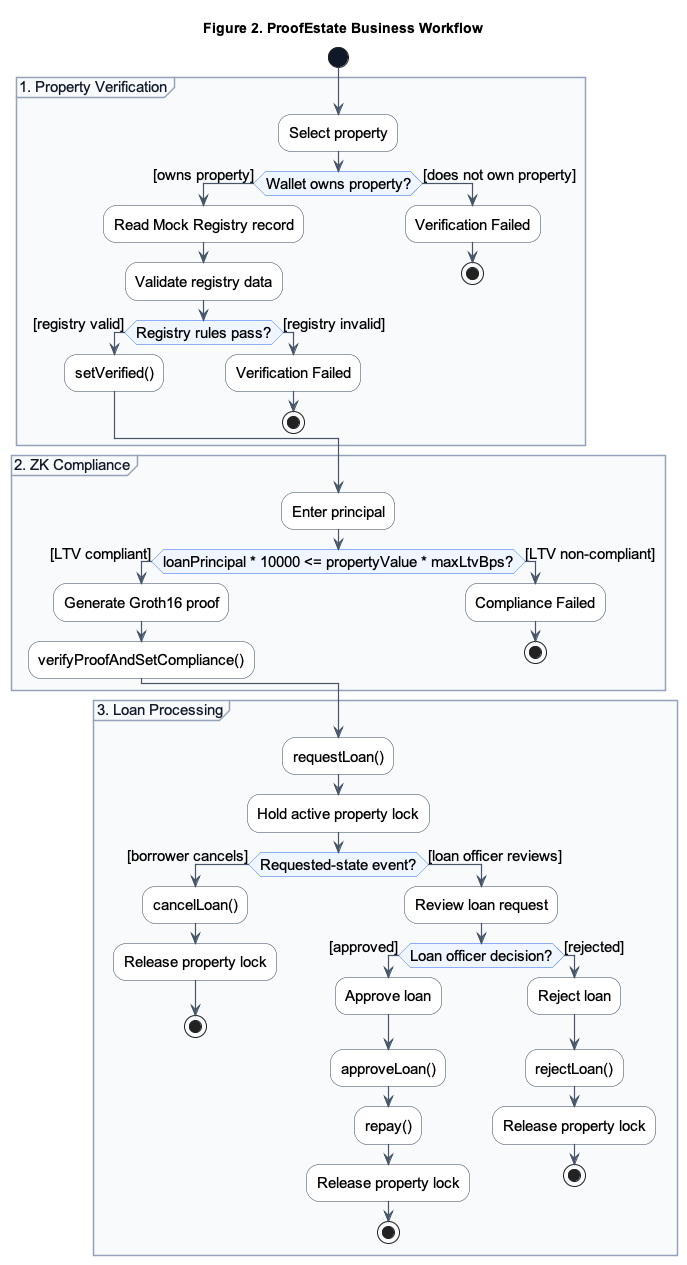
Alan42x/proofestate keeps this PlantUML diagram as docs/figures/02-business-workflow.png. Above is the earlier version. Source of this version:
```plantuml
@startuml
title Figure 2. ProofEstate Business Workflow

skinparam backgroundColor #FFFFFF
skinparam defaultFontName Arial
skinparam defaultFontSize 15
skinparam shadowing false
skinparam ArrowColor #475569
skinparam ArrowThickness 1.2
skinparam ActivityBorderColor #334155
skinparam ActivityBackgroundColor #FFFFFF
skinparam ActivityDiamondBorderColor #2563eb
skinparam ActivityDiamondBackgroundColor #eff6ff
skinparam ActivityStartColor #111827
skinparam ActivityEndColor #111827
skinparam PartitionBorderColor #94a3b8
skinparam PartitionBackgroundColor #f8fafc
skinparam PartitionFontColor #111827

start

partition "1. Property Verification" {
  :Select property;
  if (Wallet owns property?) then ([owns property])
    :Read Mock Registry record;
    :Validate registry data;
    if (Registry rules pass?) then ([registry valid])
      :setVerified();
    else ([registry invalid])
      :Verification Failed;
      stop
    endif
  else ([does not own property])
    :Verification Failed;
    stop
  endif
}

partition "2. ZK Compliance" {
  :Enter principal;
  if (loanPrincipal * 10000 <= propertyValue * maxLtvBps?) then ([LTV compliant])
    :Generate Groth16 proof;
    :verifyProofAndSetCompliance();
  else ([LTV non-compliant])
    :Compliance Failed;
    stop
  endif
}

partition "3. Loan Processing" {
  :requestLoan();
  :Hold active property lock;
  if (Requested-state event?) then ([borrower cancels])
    :cancelLoan();
    :Release property lock;
    stop
  else ([loan officer reviews])
    :Review loan request;
    if (Loan officer decision?) then ([approved])
      :Approve loan;
      :approveLoan();
      :repay();
      :Release property lock;
      stop
    else ([rejected])
      :Reject loan;
      :rejectLoan();
      :Release property lock;
      stop
    endif
  endif
}

@enduml
```
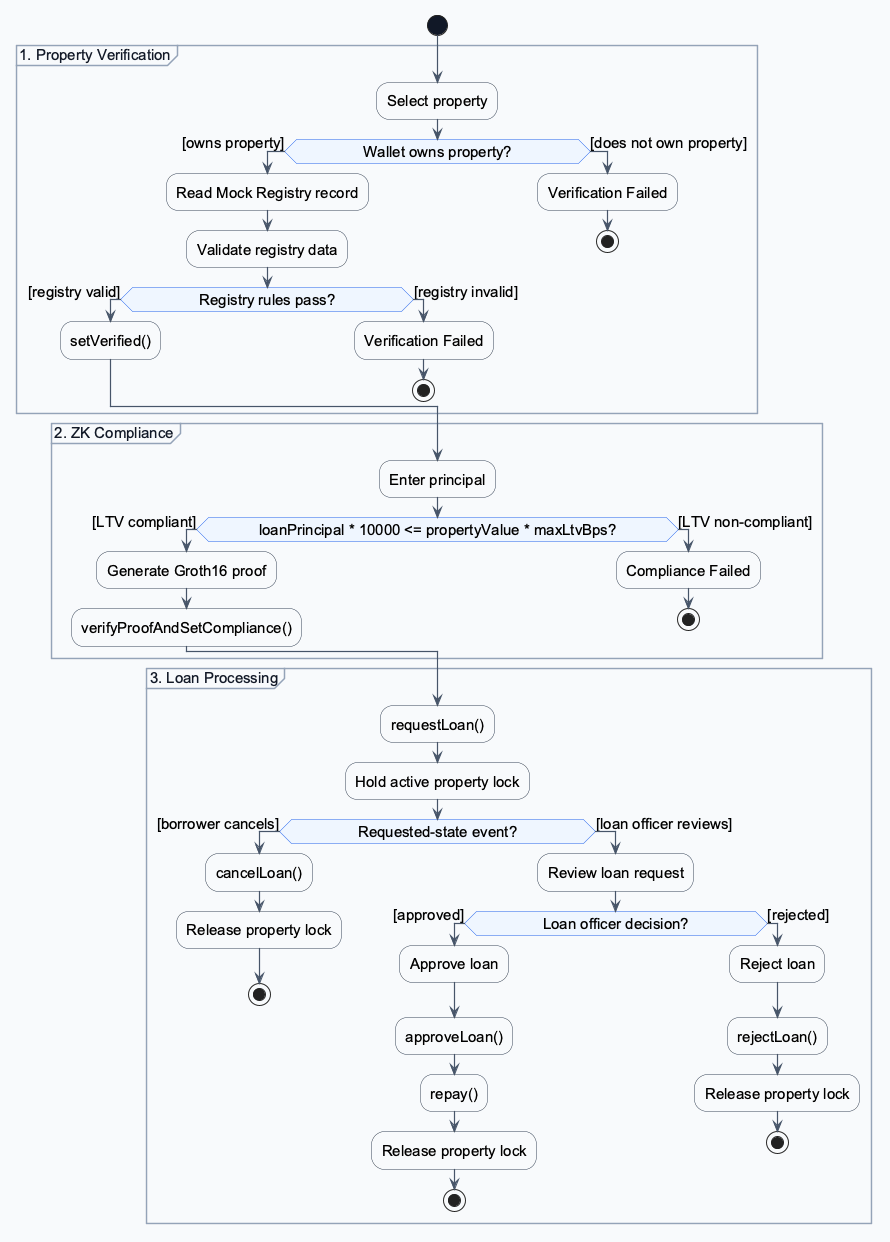
The same diagram one commit later.

The edit, as a diff of the source:
```diff
@@ -1,5 +1,7 @@
 @startuml
-title Figure 2. ProofEstate Business Workflow
+
+skinparam nodesep 45
+skinparam ranksep 55
 
 skinparam backgroundColor #FFFFFF
 skinparam defaultFontName Arial
@@ -20,53 +22,82 @@
 start
 
 partition "1. Property Verification" {
+
   :Select property;
-  if (Wallet owns property?) then ([owns property])
+
+  if (<color:#eff6ff>................</color>Wallet owns property?<color:#eff6ff>................</color>) then ([owns property])
+
     :Read Mock Registry record;
     :Validate registry data;
-    if (Registry rules pass?) then ([registry valid])
+
+    if (<color:#eff6ff>................</color>Registry rules pass?<color:#eff6ff>................</color>) then ([registry valid])
+
       :setVerified();
+
     else ([registry invalid])
+
       :Verification Failed;
       stop
+
     endif
+
   else ([does not own property])
+
     :Verification Failed;
     stop
+
   endif
 }
 
+
 partition "2. ZK Compliance" {
+
   :Enter principal;
-  if (loanPrincipal * 10000 <= propertyValue * maxLtvBps?) then ([LTV compliant])
+
+  if (<color:#eff6ff>............</color>loanPrincipal * 10000 <= propertyValue * maxLtvBps?<color:#eff6ff>............</color>) then ([LTV compliant])
+
     :Generate Groth16 proof;
     :verifyProofAndSetCompliance();
+
   else ([LTV non-compliant])
+
     :Compliance Failed;
     stop
+
   endif
 }
 
+
 partition "3. Loan Processing" {
+
   :requestLoan();
   :Hold active property lock;
-  if (Requested-state event?) then ([borrower cancels])
+
+  if (<color:#eff6ff>................</color>Requested-state event?<color:#eff6ff>................</color>) then ([borrower cancels])
+
     :cancelLoan();
     :Release property lock;
     stop
+
   else ([loan officer reviews])
+
     :Review loan request;
-    if (Loan officer decision?) then ([approved])
+
+    if (<color:#eff6ff>................</color>Loan officer decision?<color:#eff6ff>................</color>) then ([approved])
+
       :Approve loan;
       :approveLoan();
       :repay();
       :Release property lock;
       stop
+
     else ([rejected])
+
       :Reject loan;
       :rejectLoan();
       :Release property lock;
       stop
+
     endif
   endif
 }
```
